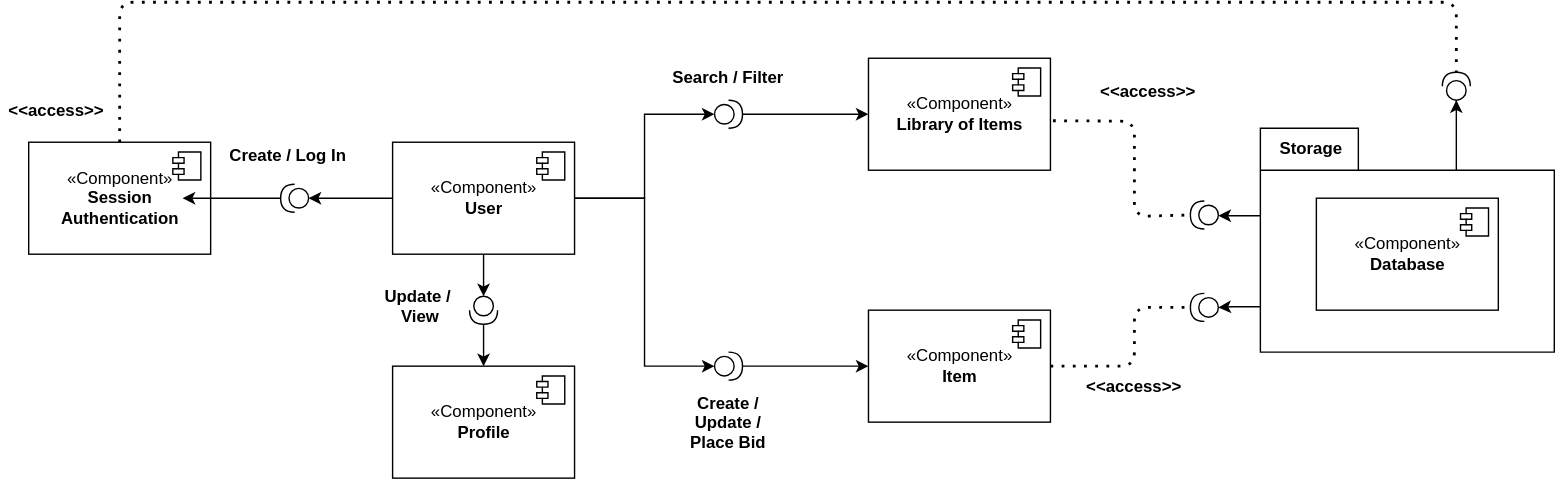
Earlier version of the draw.io export UML-Component-Diagram-library-items.svg (treeindev/uml-diagrams). Source tidied: cells renumbered, new cells last; positions are measured from the earlier drawing's top-left corner, leaving out a move shared by most shapes.
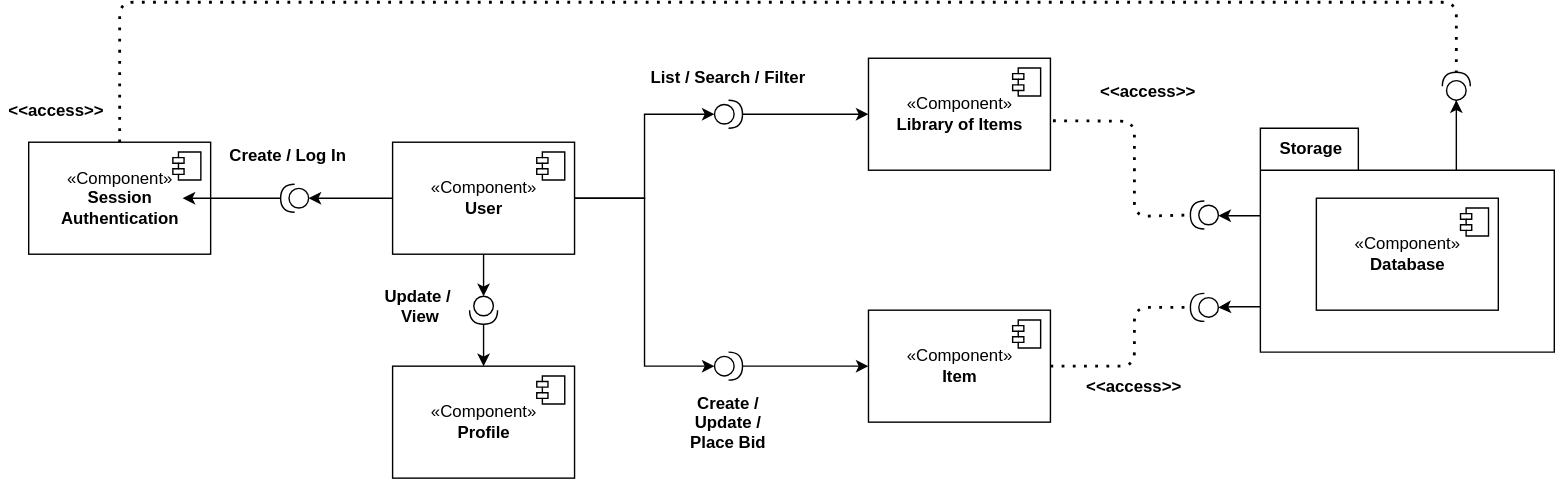
The same diagram one commit later.

Diff of the diagram source:
```diff
@@ -81,8 +81,8 @@
     <mxCell id="24" value="Create / Log In" style="text;html=1;align=center;verticalAlign=middle;strokeColor=none;fontStyle=1;" parent="1" vertex="1">
       <mxGeometry x="155" y="100" width="100" height="20" as="geometry" />
     </mxCell>
-    <mxCell id="25" value="Search / Filter" style="text;align=center;fontStyle=1;verticalAlign=middle;spacingLeft=3;spacingRight=3;strokeColor=none;" parent="1" vertex="1">
-      <mxGeometry x="480" y="40" width="80" height="26" as="geometry" />
+    <mxCell id="25" value="List / Search / Filter" style="text;align=center;fontStyle=1;verticalAlign=middle;spacingLeft=3;spacingRight=3;strokeColor=none;" parent="1" vertex="1">
+      <mxGeometry x="465" y="40" width="110" height="26" as="geometry" />
     </mxCell>
     <mxCell id="26" value="Create / &#10;Update /&#10;Place Bid" style="text;align=center;fontStyle=1;verticalAlign=middle;spacingLeft=3;spacingRight=3;strokeColor=none;" parent="1" vertex="1">
       <mxGeometry x="480" y="287" width="80" height="26" as="geometry" />
```
